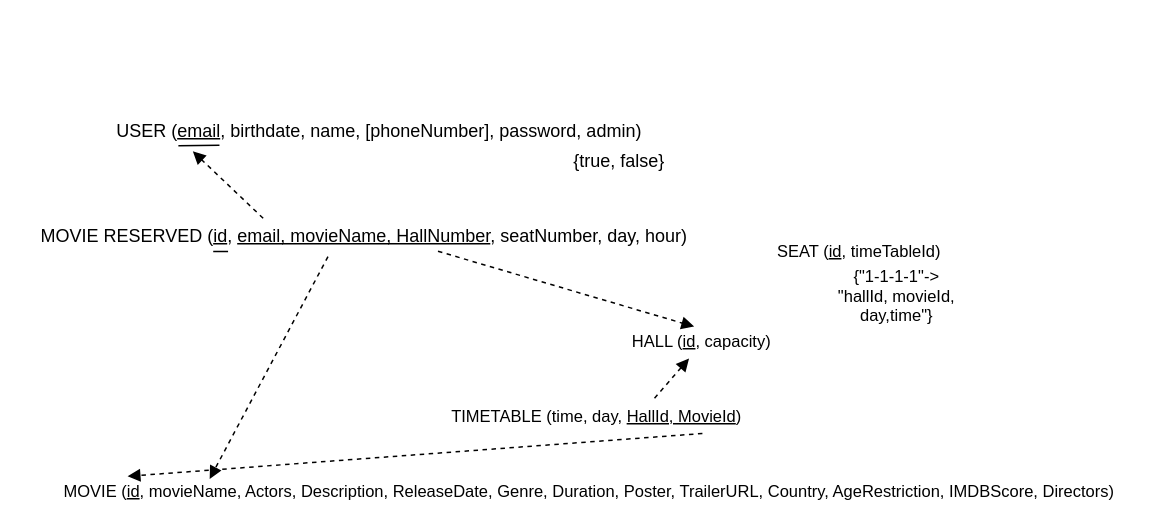
Above: ORM/clIMAX-Rmap.drawio in Eduart2001/LINFO1212-2022-PF07 (draw.io), before the change. Source tidied: cells renumbered, new cells numbered last; positions are measured from the earlier drawing's top-left corner, leaving out a move shared by most shapes. Both pictures are drawn from the tidied source at 150%, with x=0, y=0 at pixel (26, 116).
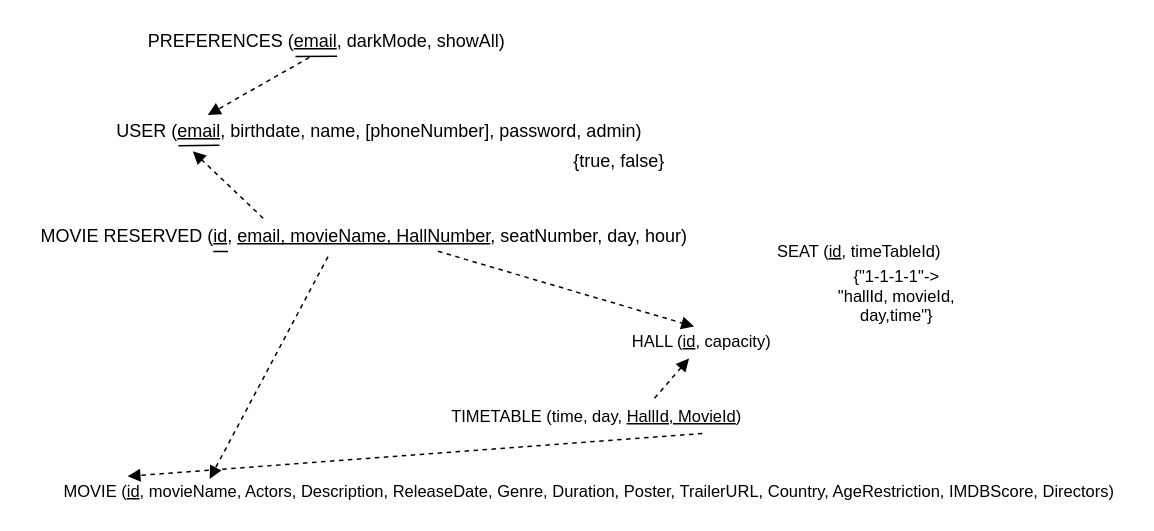
The same diagram, later.

The edit, as a diff of the source:
```diff
@@
 <mxGraphModel>
   <root>
     <mxCell id="0" />
     <mxCell id="1" parent="0" />
     <mxCell id="2" value="USER (&lt;u&gt;email&lt;/u&gt;, birthdate, name, [phoneNumber], password, admin)" style="text;html=1;align=center;verticalAlign=middle;points=[];strokeColor=none;fillColor=none;" parent="1" vertex="1">
       <mxGeometry x="50" width="370" height="20" as="geometry" />
     </mxCell>
     <mxCell id="3" value="{true, false}" style="text;html=1;align=center;verticalAlign=middle;strokeColor=none;fillColor=none;" parent="1" vertex="1">
       <mxGeometry x="355" y="20" width="80" height="20" as="geometry" />
     </mxCell>
     <mxCell id="4" value="MOVIE RESERVED (&lt;u&gt;id&lt;/u&gt;, &lt;u&gt;email, movieName, HallNumber&lt;/u&gt;, seatNumber, day, hour)" style="text;html=1;align=center;verticalAlign=middle;points=[];strokeColor=none;fillColor=none;" parent="1" vertex="1">
       <mxGeometry y="70" width="450" height="20" as="geometry" />
     </mxCell>
     <mxCell id="5" style="html=1;verticalAlign=bottom;labelBackgroundColor=none;endArrow=block;endFill=1;dashed=1;rounded=0;fontFamily=Helvetica;fontSize=11;fontColor=default;strokeColor=default;entryX=0.165;entryY=1.169;entryDx=0;entryDy=0;entryPerimeter=0;exitX=0.351;exitY=-0.099;exitDx=0;exitDy=0;exitPerimeter=0;" parent="1" edge="1" source="4" target="2">
       <mxGeometry relative="1" as="geometry" />
     </mxCell>
     <mxCell id="6" style="endArrow=none;html=1;rounded=0;labelBackgroundColor=default;fontFamily=Helvetica;fontSize=11;fontColor=default;strokeColor=default;entryX=0.213;entryY=0.97;entryDx=0;entryDy=0;entryPerimeter=0;exitX=0.139;exitY=0.981;exitDx=0;exitDy=0;exitPerimeter=0;" parent="1" edge="1" source="2" target="2">
       <mxGeometry relative="1" as="geometry" />
     </mxCell>
     <mxCell id="7" style="endArrow=none;html=1;rounded=0;labelBackgroundColor=default;fontFamily=Helvetica;fontSize=11;fontColor=default;strokeColor=default;entryX=0.299;entryY=1.012;entryDx=0;entryDy=0;entryPerimeter=0;exitX=0.277;exitY=1.005;exitDx=0;exitDy=0;exitPerimeter=0;" parent="1" edge="1" source="4" target="4">
       <mxGeometry relative="1" as="geometry" />
     </mxCell>
     <mxCell id="8" value="SEAT (&lt;u&gt;id&lt;/u&gt;, timeTableId)" style="text;html=1;align=center;verticalAlign=middle;strokeColor=none;fillColor=none;fontSize=11;fontFamily=Helvetica;fontColor=default;" parent="1" vertex="1">
       <mxGeometry x="495" y="80" width="120" height="20" as="geometry" />
     </mxCell>
     <mxCell id="9" value="HALL (&lt;u&gt;id&lt;/u&gt;, capacity)" style="text;html=1;align=center;verticalAlign=middle;points=[];strokeColor=none;fillColor=none;fontSize=11;fontFamily=Helvetica;fontColor=default;" parent="1" vertex="1">
       <mxGeometry x="395" y="140" width="110" height="20" as="geometry" />
     </mxCell>
     <mxCell id="10" style="html=1;verticalAlign=bottom;labelBackgroundColor=none;endArrow=block;endFill=1;dashed=1;rounded=0;fontFamily=Helvetica;fontSize=11;fontColor=default;strokeColor=default;exitX=0.61;exitY=1;exitDx=0;exitDy=0;exitPerimeter=0;entryX=0.457;entryY=0.012;entryDx=0;entryDy=0;entryPerimeter=0;" parent="1" edge="1" source="4" target="9">
       <mxGeometry relative="1" as="geometry" />
     </mxCell>
     <mxCell id="11" value="TIMETABLE (time, day&lt;u&gt;,&lt;/u&gt; &lt;u&gt;HallId, MovieId&lt;/u&gt;)" style="text;html=1;align=center;verticalAlign=middle;points=[];strokeColor=none;fillColor=none;fontSize=11;fontFamily=Helvetica;fontColor=default;" parent="1" vertex="1">
       <mxGeometry x="275" y="190" width="210" height="20" as="geometry" />
     </mxCell>
     <mxCell id="12" value="MOVIE (&lt;u&gt;id&lt;/u&gt;, movieName, Actors, Description, ReleaseDate, Genre, Duration, Poster, TrailerURL, Country, AgeRestriction, IMDBScore, Directors)" style="text;html=1;align=center;verticalAlign=middle;points=[];strokeColor=none;fillColor=none;fontSize=11;fontFamily=Helvetica;fontColor=default;" parent="1" vertex="1">
       <mxGeometry x="15" y="240" width="720" height="20" as="geometry" />
     </mxCell>
     <mxCell id="13" style="html=1;verticalAlign=bottom;labelBackgroundColor=none;endArrow=block;endFill=1;dashed=1;rounded=0;fontFamily=Helvetica;fontSize=11;fontColor=default;strokeColor=default;exitX=0.837;exitY=1.075;exitDx=0;exitDy=0;exitPerimeter=0;entryX=0.073;entryY=0;entryDx=0;entryDy=0;entryPerimeter=0;" parent="1" edge="1" source="11" target="12">
       <mxGeometry relative="1" as="geometry" />
     </mxCell>
     <mxCell id="14" style="html=1;verticalAlign=bottom;labelBackgroundColor=none;endArrow=block;endFill=1;dashed=1;rounded=0;fontFamily=Helvetica;fontSize=11;fontColor=default;strokeColor=default;exitX=0.685;exitY=-0.1;exitDx=0;exitDy=0;exitPerimeter=0;entryX=0.426;entryY=1.075;entryDx=0;entryDy=0;entryPerimeter=0;" parent="1" edge="1" source="11" target="9">
       <mxGeometry relative="1" as="geometry" />
     </mxCell>
     <mxCell id="15" style="html=1;verticalAlign=bottom;labelBackgroundColor=none;endArrow=block;endFill=1;dashed=1;rounded=0;fontFamily=Helvetica;fontSize=11;fontColor=default;strokeColor=default;exitX=0.447;exitY=1.18;exitDx=0;exitDy=0;exitPerimeter=0;entryX=0.149;entryY=0.089;entryDx=0;entryDy=0;entryPerimeter=0;" parent="1" edge="1" source="4" target="12">
       <mxGeometry relative="1" as="geometry" />
     </mxCell>
     <mxCell id="16" value="{&quot;1-1-1-1&quot;-&amp;gt;&lt;br&gt;&quot;hallId, movieId,&lt;br&gt;day,time&quot;}" style="text;html=1;align=center;verticalAlign=middle;strokeColor=none;fillColor=none;fontSize=11;fontFamily=Helvetica;fontColor=default;" parent="1" vertex="1">
       <mxGeometry x="535" y="100" width="90" height="40" as="geometry" />
     </mxCell>
+    <mxCell id="17" value="PREFERENCES (&lt;u&gt;email&lt;/u&gt;, darkMode, showAll)" style="text;html=1;align=center;verticalAlign=middle;points=[];strokeColor=none;fillColor=none;" parent="1" vertex="1">
+      <mxGeometry x="75" y="-60" width="250" height="20" as="geometry" />
+    </mxCell>
+    <mxCell id="18" style="html=1;verticalAlign=bottom;labelBackgroundColor=none;endArrow=block;endFill=1;dashed=1;rounded=0;fontFamily=Helvetica;fontSize=11;fontColor=default;strokeColor=default;entryX=0.192;entryY=-0.038;entryDx=0;entryDy=0;entryPerimeter=0;exitX=0.455;exitY=1.038;exitDx=0;exitDy=0;exitPerimeter=0;" parent="1" edge="1" source="17" target="2">
+      <mxGeometry relative="1" as="geometry" />
+    </mxCell>
+    <mxCell id="19" style="endArrow=none;html=1;rounded=0;labelBackgroundColor=default;fontFamily=Helvetica;fontSize=11;fontColor=default;strokeColor=default;entryX=0.529;entryY=0.999;entryDx=0;entryDy=0;entryPerimeter=0;exitX=0.418;exitY=1.008;exitDx=0;exitDy=0;exitPerimeter=0;" parent="1" edge="1" source="17" target="17">
+      <mxGeometry relative="1" as="geometry" />
+    </mxCell>
   </root>
 </mxGraphModel>
```
